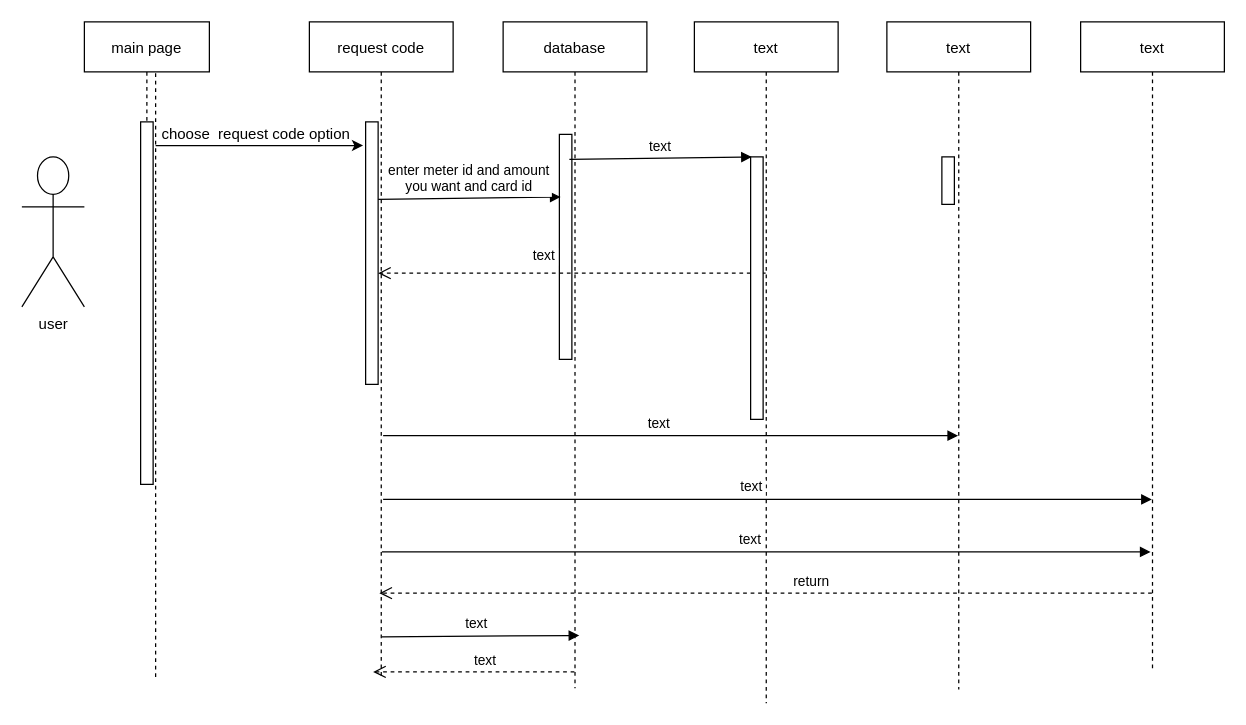
This is seqtrans.drawio from shamaabuhassan/Charts, a draw.io file, before an edit. Source tidied: cells renumbered, new cells numbered last; positions are measured from the earlier drawing's top-left corner, leaving out a move shared by most shapes. Both pictures are drawn from the tidied source at 125%, with x=0, y=0 at pixel (21, 21).
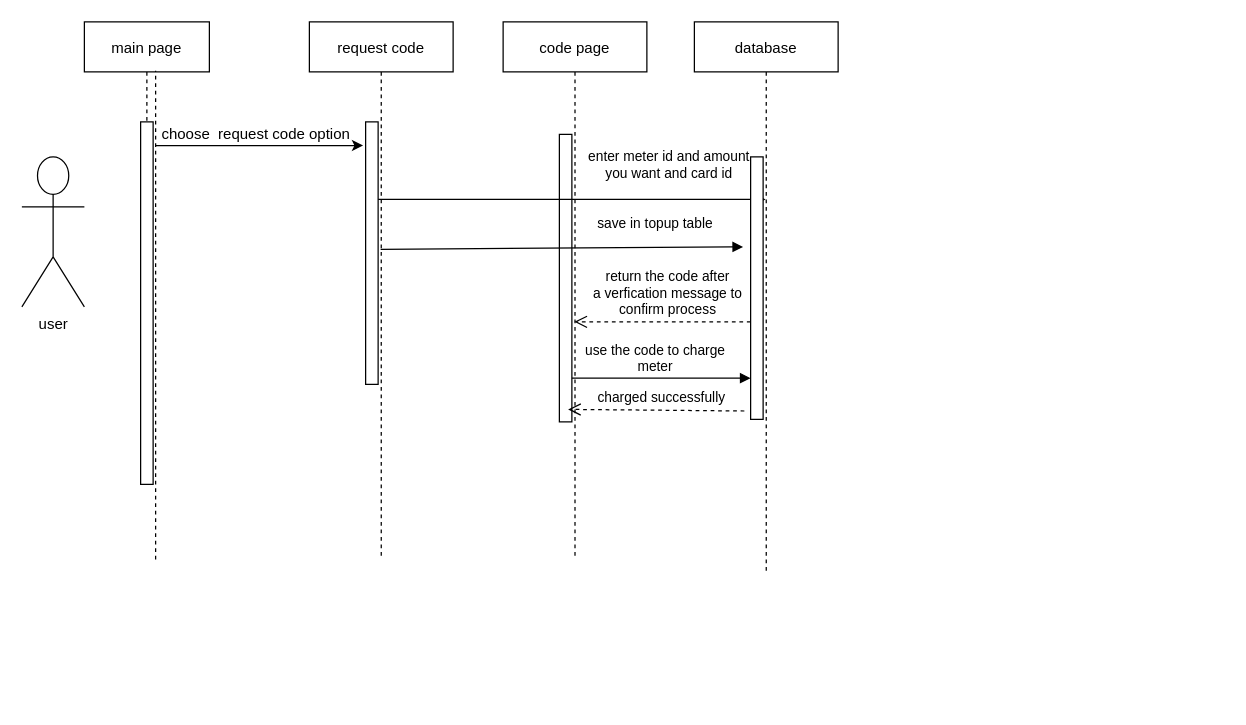
After the change.

The change refers to these unchanged cells:
```xml
<mxCell id="18" style="points=[];perimeter=orthogonalPerimeter;rounded=0;shadow=0;strokeWidth=1;" parent="17" vertex="1">
  <mxGeometry x="45" y="108" width="10" height="210" as="geometry" />
</mxCell>
```

What changed in the source:
```diff
@@
     <mxCell id="4" value="request code" style="shape=umlLifeline;perimeter=lifelinePerimeter;rounded=0;shadow=0;strokeWidth=1;" parent="1" vertex="1">
-      <mxGeometry x="230" width="115" height="523" as="geometry" />
+      <mxGeometry x="230" width="115" height="430" as="geometry" />
     </mxCell>
@@
-    <mxCell id="6" value="return" style="verticalAlign=bottom;endArrow=open;dashed=1;endSize=8;shadow=0;strokeWidth=1;" parent="1" edge="1">
-      <mxGeometry x="-0.12" relative="1" as="geometry">
-        <mxPoint x="904" y="457" as="sourcePoint" />
-        <mxPoint x="286" y="457" as="targetPoint" />
-      </mxGeometry>
-    </mxCell>
@@
-    <mxCell id="8" value="database" style="shape=umlLifeline;perimeter=lifelinePerimeter;rounded=0;shadow=0;strokeWidth=1;" parent="1" vertex="1">
-      <mxGeometry x="385" width="115" height="533" as="geometry" />
+    <mxCell id="8" value="code page" style="shape=umlLifeline;perimeter=lifelinePerimeter;rounded=0;shadow=0;strokeWidth=1;" parent="1" vertex="1">
+      <mxGeometry x="385" width="115" height="430" as="geometry" />
     </mxCell>
     <mxCell id="9" style="perimeter=orthogonalPerimeter;rounded=0;shadow=0;strokeWidth=1;" parent="8" vertex="1">
-      <mxGeometry x="45" y="90" width="10" height="180" as="geometry" />
+      <mxGeometry x="45" y="90" width="10" height="230" as="geometry" />
     </mxCell>
-    <mxCell id="10" value="enter meter id and amount&#10;you want and card id" style="verticalAlign=bottom;endArrow=block;shadow=0;strokeWidth=1;entryX=0.1;entryY=0.175;entryDx=0;entryDy=0;entryPerimeter=0;" parent="1" edge="1">
-      <mxGeometry relative="1" as="geometry">
+    <mxCell id="10" value="enter meter id and amount&#10;you want and card id" style="verticalAlign=bottom;endArrow=block;shadow=0;strokeWidth=1;" parent="1" edge="1" target="17">
+      <mxGeometry x="0.5" y="12" relative="1" as="geometry">
         <mxPoint x="285" y="142" as="sourcePoint" />
-        <mxPoint x="431" y="140" as="targetPoint" />
       </mxGeometry>
     </mxCell>
-    <mxCell id="11" value="text" style="verticalAlign=bottom;endArrow=open;dashed=1;endSize=8;shadow=0;strokeWidth=1;" parent="1" edge="1">
-      <mxGeometry x="0.14" y="-5" relative="1" as="geometry">
-        <mxPoint x="595" y="201" as="sourcePoint" />
-        <mxPoint x="285" y="201" as="targetPoint" />
-      </mxGeometry>
+    <mxCell id="11" value="return the code after &#10;a verfication message to &#10;confirm process" style="verticalAlign=bottom;endArrow=open;dashed=1;endSize=8;shadow=0;strokeWidth=1;entryX=0.496;entryY=0.558;entryDx=0;entryDy=0;entryPerimeter=0;exitX=0;exitY=0.629;exitDx=0;exitDy=0;exitPerimeter=0;" parent="1" edge="1" source="18" target="8">
+      <mxGeometry x="-0.06" y="-1" relative="1" as="geometry" />
     </mxCell>
-    <mxCell id="12" value="text" style="verticalAlign=bottom;endArrow=block;shadow=0;strokeWidth=1;" parent="1" edge="1" target="13">
-      <mxGeometry x="-0.04" y="1" relative="1" as="geometry">
-        <mxPoint x="289" y="331" as="sourcePoint" />
+    <mxCell id="12" value="use the code to charge&#10;meter" style="verticalAlign=bottom;endArrow=block;shadow=0;strokeWidth=1;entryX=0;entryY=0.843;entryDx=0;entryDy=0;entryPerimeter=0;" parent="1" edge="1" target="18">
+      <mxGeometry x="-0.06" relative="1" as="geometry">
+        <mxPoint x="440" y="285" as="sourcePoint" />
       </mxGeometry>
     </mxCell>
-    <mxCell id="13" value="text" style="shape=umlLifeline;perimeter=lifelinePerimeter;rounded=0;shadow=0;strokeWidth=1;" parent="1" vertex="1">
-      <mxGeometry x="692" width="115" height="534" as="geometry" />
-    </mxCell>
-    <mxCell id="14" style="perimeter=orthogonalPerimeter;rounded=0;shadow=0;strokeWidth=1;" parent="13" vertex="1">
-      <mxGeometry x="44" y="108" width="10" height="38" as="geometry" />
-    </mxCell>
-    <mxCell id="15" value="text" style="shape=umlLifeline;perimeter=lifelinePerimeter;rounded=0;shadow=0;strokeWidth=1;" parent="1" vertex="1">
-      <mxGeometry x="847" width="115" height="520" as="geometry" />
-    </mxCell>
-    <mxCell id="16" value="text" style="verticalAlign=bottom;endArrow=block;shadow=0;strokeWidth=1;entryX=0.1;entryY=0.175;entryDx=0;entryDy=0;entryPerimeter=0;" parent="1" edge="1">
-      <mxGeometry relative="1" as="geometry">
-        <mxPoint x="438" y="110" as="sourcePoint" />
-        <mxPoint x="584" y="108" as="targetPoint" />
-      </mxGeometry>
-    </mxCell>
-    <mxCell id="17" value="text" style="shape=umlLifeline;perimeter=lifelinePerimeter;rounded=0;shadow=0;strokeWidth=1;" parent="1" vertex="1">
-      <mxGeometry x="538" width="115" height="545" as="geometry" />
+    <mxCell id="17" value="database" style="shape=umlLifeline;perimeter=lifelinePerimeter;rounded=0;shadow=0;strokeWidth=1;" parent="1" vertex="1">
+      <mxGeometry x="538" width="115" height="440" as="geometry" />
     </mxCell>
@@
     <mxCell id="19" style="endArrow=none;dashed=1;html=1;" parent="1" edge="1">
       <mxGeometry relative="1" as="geometry">
-        <mxPoint x="107" y="524" as="sourcePoint" />
+        <mxPoint x="107" y="430" as="sourcePoint" />
         <mxPoint x="107" y="39" as="targetPoint" />
       </mxGeometry>
     </mxCell>
-    <mxCell id="20" value="text" style="verticalAlign=bottom;endArrow=open;dashed=1;endSize=8;shadow=0;strokeWidth=1;" parent="1" edge="1">
-      <mxGeometry x="-0.12" relative="1" as="geometry">
-        <mxPoint x="442" y="520" as="sourcePoint" />
-        <mxPoint x="281" y="520" as="targetPoint" />
-      </mxGeometry>
-    </mxCell>
-    <mxCell id="21" value="text" style="verticalAlign=bottom;endArrow=block;shadow=0;strokeWidth=1;entryX=0.53;entryY=0.921;entryDx=0;entryDy=0;entryPerimeter=0;" parent="1" edge="1" target="8">
-      <mxGeometry x="-0.04" y="1" relative="1" as="geometry">
-        <mxPoint x="288" y="492" as="sourcePoint" />
-      </mxGeometry>
-    </mxCell>
-    <mxCell id="22" value="text" style="verticalAlign=bottom;endArrow=block;shadow=0;strokeWidth=1;" parent="1" edge="1" target="15">
-      <mxGeometry x="-0.04" y="1" relative="1" as="geometry">
-        <mxPoint x="289" y="382" as="sourcePoint" />
-      </mxGeometry>
-    </mxCell>
-    <mxCell id="23" value="text" style="verticalAlign=bottom;endArrow=block;shadow=0;strokeWidth=1;" parent="1" edge="1">
-      <mxGeometry x="-0.04" y="1" relative="1" as="geometry">
-        <mxPoint x="288" y="424" as="sourcePoint" />
-        <mxPoint x="903" y="424" as="targetPoint" />
-      </mxGeometry>
-    </mxCell>
@@
+    <mxCell id="26" value="save in topup table" style="verticalAlign=bottom;endArrow=block;shadow=0;strokeWidth=1;" parent="1" edge="1">
+      <mxGeometry x="0.52" y="10" relative="1" as="geometry">
+        <mxPoint x="287" y="182" as="sourcePoint" />
+        <mxPoint x="577" y="180" as="targetPoint" />
+      </mxGeometry>
+    </mxCell>
+    <mxCell id="27" value="charged successfully" style="verticalAlign=bottom;endArrow=open;dashed=1;endSize=8;shadow=0;strokeWidth=1;entryX=0.496;entryY=0.448;entryDx=0;entryDy=0;entryPerimeter=0;exitX=0;exitY=0.629;exitDx=0;exitDy=0;exitPerimeter=0;" parent="1" edge="1">
+      <mxGeometry x="-0.06" y="-1" relative="1" as="geometry">
+        <mxPoint x="578" y="311.3" as="sourcePoint" />
+        <mxPoint x="437" y="310" as="targetPoint" />
+      </mxGeometry>
+    </mxCell>
```
